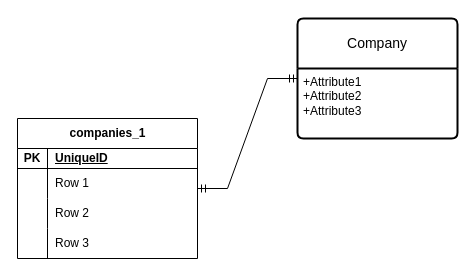
The draw.io diagram enf_new_system_design.drawio in kisssg/diagrams, before the edit. Source tidied: cells renumbered, new cells numbered last; positions are measured from the earlier drawing's top-left corner, leaving out a move shared by most shapes. Both pictures are drawn from the tidied source at 100%, with x=0, y=0 at pixel (17, 18).
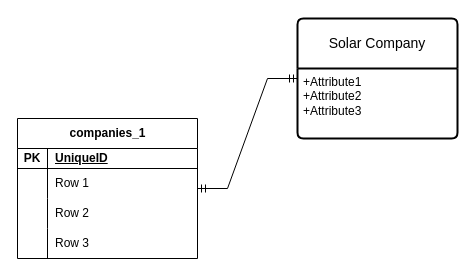
After the change.

What changed in the source:
```diff
@@
 <mxGraphModel>
   <root>
     <mxCell id="0" />
     <mxCell id="1" parent="0" />
     <mxCell id="2" value="companies_1" style="shape=table;startSize=30;childLayout=tableLayout;rowLines=0;fontStyle=1;align=center;html=1;" parent="1" vertex="1">
       <mxGeometry y="100" width="180" height="140" as="geometry" />
     </mxCell>
     <mxCell id="3" style="shape=tableRow;horizontal=0;startSize=0;swimlaneHead=0;swimlaneBody=0;fillColor=none;top=0;left=0;right=0;bottom=1;" parent="2" vertex="1">
       <mxGeometry y="30" width="180" height="20" as="geometry" />
     </mxCell>
     <mxCell id="4" value="PK" style="shape=partialRectangle;fillColor=none;top=0;left=0;bottom=0;right=0;fontStyle=1;overflow=hidden;whiteSpace=wrap;html=1;" parent="3" vertex="1">
       <mxGeometry width="30" height="20" as="geometry" />
     </mxCell>
     <mxCell id="5" value="UniqueID" style="shape=partialRectangle;fillColor=none;top=0;left=0;bottom=0;right=0;align=left;spacingLeft=6;fontStyle=5;overflow=hidden;whiteSpace=wrap;html=1;" parent="3" vertex="1">
       <mxGeometry x="30" width="150" height="20" as="geometry" />
     </mxCell>
     <mxCell id="6" style="shape=tableRow;horizontal=0;startSize=0;swimlaneHead=0;swimlaneBody=0;fillColor=none;top=0;left=0;right=0;bottom=0;" parent="2" vertex="1">
       <mxGeometry y="50" width="180" height="30" as="geometry" />
     </mxCell>
     <mxCell id="7" style="shape=partialRectangle;fillColor=none;top=0;left=0;bottom=0;right=0;overflow=hidden;whiteSpace=wrap;html=1;" parent="6" vertex="1">
       <mxGeometry width="30" height="30" as="geometry" />
     </mxCell>
     <mxCell id="8" value="Row 1" style="shape=partialRectangle;fillColor=none;top=0;left=0;bottom=0;right=0;align=left;spacingLeft=6;overflow=hidden;whiteSpace=wrap;html=1;" parent="6" vertex="1">
       <mxGeometry x="30" width="150" height="30" as="geometry" />
     </mxCell>
     <mxCell id="9" style="shape=tableRow;horizontal=0;startSize=0;swimlaneHead=0;swimlaneBody=0;fillColor=none;top=0;left=0;right=0;bottom=0;" parent="2" vertex="1">
       <mxGeometry y="80" width="180" height="30" as="geometry" />
     </mxCell>
     <mxCell id="10" style="shape=partialRectangle;fillColor=none;top=0;left=0;bottom=0;right=0;overflow=hidden;whiteSpace=wrap;html=1;" parent="9" vertex="1">
       <mxGeometry width="30" height="30" as="geometry" />
     </mxCell>
     <mxCell id="11" value="Row 2" style="shape=partialRectangle;fillColor=none;top=0;left=0;bottom=0;right=0;align=left;spacingLeft=6;overflow=hidden;whiteSpace=wrap;html=1;" parent="9" vertex="1">
       <mxGeometry x="30" width="150" height="30" as="geometry" />
     </mxCell>
     <mxCell id="12" style="shape=tableRow;horizontal=0;startSize=0;swimlaneHead=0;swimlaneBody=0;fillColor=none;top=0;left=0;right=0;bottom=0;" parent="2" vertex="1">
       <mxGeometry y="110" width="180" height="30" as="geometry" />
     </mxCell>
     <mxCell id="13" style="shape=partialRectangle;fillColor=none;top=0;left=0;bottom=0;right=0;overflow=hidden;whiteSpace=wrap;html=1;" parent="12" vertex="1">
       <mxGeometry width="30" height="30" as="geometry" />
     </mxCell>
     <mxCell id="14" value="Row 3" style="shape=partialRectangle;fillColor=none;top=0;left=0;bottom=0;right=0;align=left;spacingLeft=6;overflow=hidden;whiteSpace=wrap;html=1;" parent="12" vertex="1">
       <mxGeometry x="30" width="150" height="30" as="geometry" />
     </mxCell>
-    <mxCell id="15" value="Company" style="swimlane;horizontal=1;startSize=50;rounded=1;fontSize=14;fontStyle=0;strokeWidth=2;shadow=0;dashed=0;align=center;arcSize=4;whiteSpace=wrap;html=1;" parent="1" vertex="1">
+    <mxCell id="15" value="Solar Company" style="swimlane;horizontal=1;startSize=50;rounded=1;fontSize=14;fontStyle=0;strokeWidth=2;shadow=0;dashed=0;align=center;arcSize=4;whiteSpace=wrap;html=1;" parent="1" vertex="1">
       <mxGeometry x="280" width="160" height="120" as="geometry" />
     </mxCell>
     <mxCell id="16" value="+Attribute1&#10;+Attribute2&#10;+Attribute3" style="align=left;strokeColor=none;fillColor=none;spacingLeft=4;fontSize=12;verticalAlign=top;html=1;" parent="15" vertex="1">
       <mxGeometry y="50" width="160" height="70" as="geometry" />
     </mxCell>
     <mxCell id="17" style="edgeStyle=entityRelationEdgeStyle;fontSize=12;html=1;endArrow=ERmandOne;startArrow=ERmandOne;rounded=0;" parent="1" edge="1" source="2" target="15">
       <mxGeometry relative="1" as="geometry" />
     </mxCell>
   </root>
 </mxGraphModel>
```
